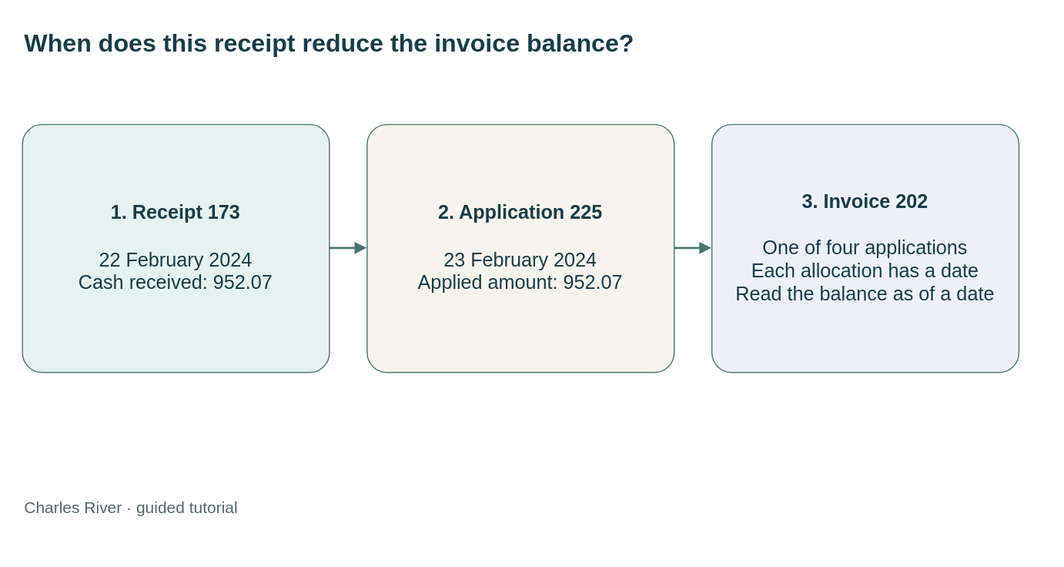
Before: static/diagrams/tutorials/follow-customer-settlement.svg, a diagram exported from draw.io (mmcodesso/CharlesRiver_Database). Source tidied: cells renumbered, new cells last; positions are measured from the earlier drawing's top-left corner, leaving out a move shared by most shapes.
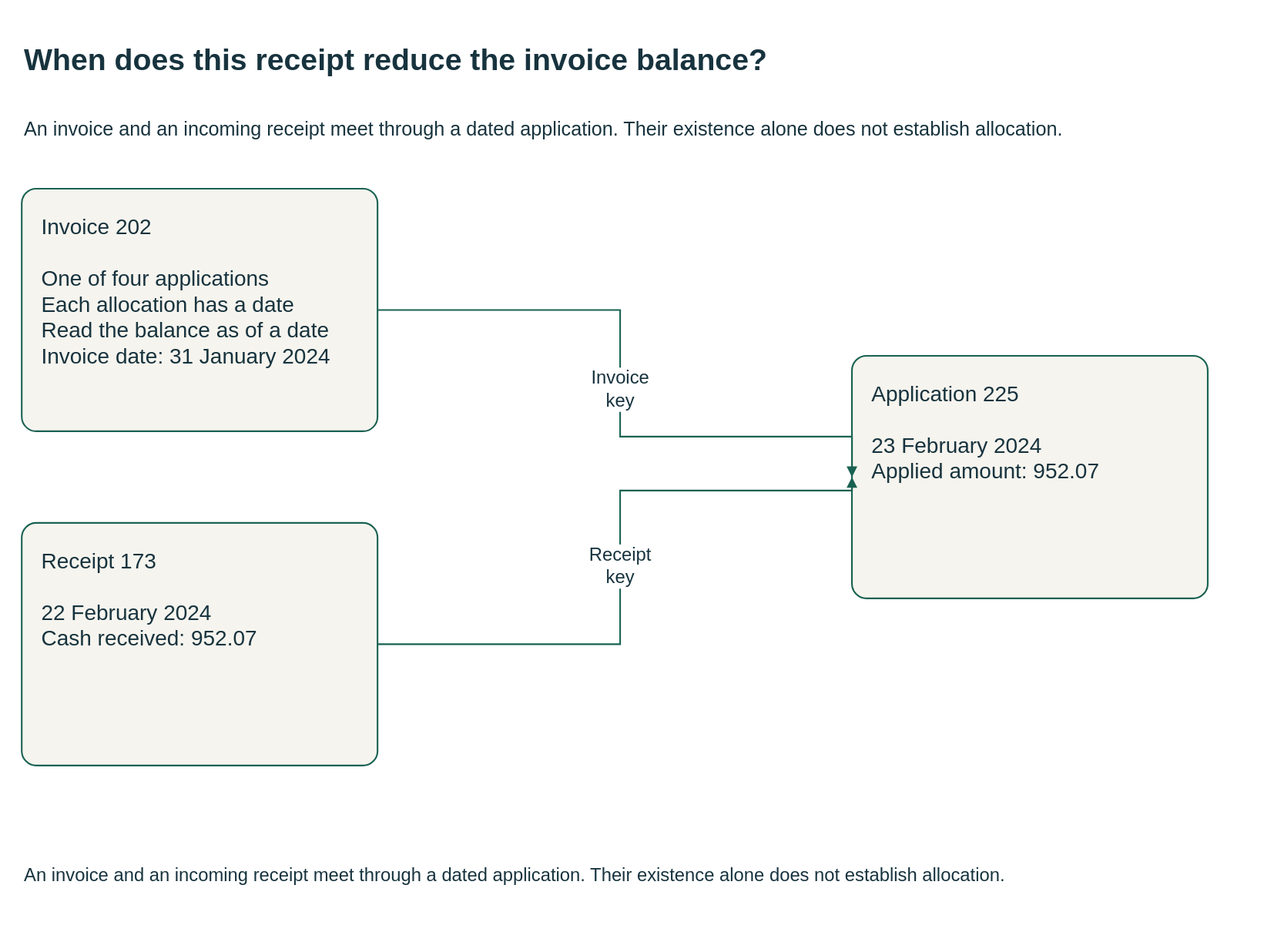
Later version of the same file.

Change to the diagram source:
```diff
@@ -1,27 +1,40 @@
-<mxGraphModel>
+<mxGraphModel background="#FFFFFF">
   <root>
     <mxCell id="0" />
     <mxCell id="1" parent="0" />
-    <mxCell id="2" value="When does this receipt reduce the invoice balance?" style="text;html=0;whiteSpace=wrap;fontSize=23;fontStyle=1;fontColor=#163d48;align=left;" parent="1" vertex="1">
-      <mxGeometry width="920" height="60" as="geometry" />
+    <mxCell id="2" value="When does this receipt reduce the invoice balance?" style="html=0;fontFamily=Arial;fontSize=20;fontColor=#17333e;strokeColor=#196252;strokeWidth=1.5;whiteSpace=wrap;text;strokeColor=none;fillColor=none;align=left;verticalAlign=middle;fontSize=28;fontStyle=1;" parent="1" vertex="1">
+      <mxGeometry width="1110" height="70" as="geometry" />
     </mxCell>
+    <mxCell id="9" value="An invoice and an incoming receipt meet through a dated application. Their existence alone does not establish allocation." style="html=0;fontFamily=Arial;fontSize=20;fontColor=#17333e;strokeColor=#196252;strokeWidth=1.5;whiteSpace=wrap;text;strokeColor=none;fillColor=none;align=left;verticalAlign=middle;fontSize=18;fontStyle=0;" parent="1" vertex="1">
+      <mxGeometry y="72" width="1110" height="55" as="geometry" />
+    </mxCell>
+    <mxCell id="5" value="Invoice 202&#10;&#10;One of four applications&#10;Each allocation has a date&#10;Read the balance as of a date&#10;Invoice date: 31 January 2024" style="html=0;fontFamily=Arial;fontSize=20;fontColor=#17333e;strokeColor=#196252;strokeWidth=1.5;whiteSpace=wrap;rounded=1;arcSize=6;fillColor=#f6f4ee;align=left;verticalAlign=top;spacing=18;" parent="1" vertex="1">
+      <mxGeometry y="155" width="330" height="225" as="geometry" />
+    </mxCell>
-    <mxCell id="3" value="&lt;b&gt;1. Receipt 173&lt;/b&gt;&lt;br&gt;&lt;br&gt;22 February 2024&lt;br&gt;Cash received: 952.07" style="rounded=1;whiteSpace=wrap;html=1;fillColor=#e5f2ef;strokeColor=#48766e;fontColor=#183c48;fontSize=18;spacing=15;arcSize=8;" parent="1" vertex="1">
-      <mxGeometry y="95" width="285" height="230" as="geometry" />
+    <mxCell id="3" value="Receipt 173&#10;&#10;22 February 2024&#10;Cash received: 952.07" style="html=0;fontFamily=Arial;fontSize=20;fontColor=#17333e;strokeColor=#196252;strokeWidth=1.5;whiteSpace=wrap;rounded=1;arcSize=6;fillColor=#f6f4ee;align=left;verticalAlign=top;spacing=18;" parent="1" vertex="1">
+      <mxGeometry y="465" width="330" height="225" as="geometry" />
     </mxCell>
-    <mxCell id="4" value="&lt;b&gt;2. Application 225&lt;/b&gt;&lt;br&gt;&lt;br&gt;23 February 2024&lt;br&gt;Applied amount: 952.07" style="rounded=1;whiteSpace=wrap;html=1;fillColor=#f7f4ed;strokeColor=#48766e;fontColor=#183c48;fontSize=18;spacing=15;arcSize=8;" parent="1" vertex="1">
-      <mxGeometry x="320" y="95" width="285" height="230" as="geometry" />
+    <mxCell id="4" value="Application 225&#10;&#10;23 February 2024&#10;Applied amount: 952.07" style="html=0;fontFamily=Arial;fontSize=20;fontColor=#17333e;strokeColor=#196252;strokeWidth=1.5;whiteSpace=wrap;rounded=1;arcSize=6;fillColor=#f6f4ee;align=left;verticalAlign=top;spacing=18;" parent="1" vertex="1">
+      <mxGeometry x="770" y="310" width="330" height="225" as="geometry" />
     </mxCell>
-    <mxCell id="5" value="&lt;b&gt;3. Invoice 202&lt;/b&gt;&lt;br&gt;&lt;br&gt;One of four applications&lt;br&gt;Each allocation has a date&lt;br&gt;Read the balance as of a date" style="rounded=1;whiteSpace=wrap;html=1;fillColor=#edf1f7;strokeColor=#48766e;fontColor=#183c48;fontSize=18;spacing=15;arcSize=8;" parent="1" vertex="1">
-      <mxGeometry x="640" y="95" width="285" height="230" as="geometry" />
-    </mxCell>
-    <mxCell id="6" style="edgeStyle=orthogonalEdgeStyle;rounded=0;html=0;strokeColor=#48766e;strokeWidth=2;endArrow=block;endFill=1;exitX=1;exitY=0.5;entryX=0;entryY=0.5;" parent="1" edge="1" source="3" target="4">
-      <mxGeometry relative="1" as="geometry" />
+    <mxCell id="6" value="Receipt key" style="html=0;fontFamily=Arial;fontSize=20;fontColor=#17333e;strokeColor=#196252;strokeWidth=1.5;whiteSpace=wrap;edgeStyle=orthogonalEdgeStyle;rounded=0;fillColor=none;fontSize=17;labelBackgroundColor=#FFFFFF;startArrow=none;endArrow=block;endFill=1;dashed=0;exitX=1;exitY=0.5;entryX=0;entryY=0.5;" parent="1" edge="1" source="3" target="4">
+      <mxGeometry relative="1" as="geometry">
+        <Array as="points">
+          <mxPoint x="555" y="577" />
+          <mxPoint x="555" y="435" />
+        </Array>
+      </mxGeometry>
     </mxCell>
-    <mxCell id="7" style="edgeStyle=orthogonalEdgeStyle;rounded=0;html=0;strokeColor=#48766e;strokeWidth=2;endArrow=block;endFill=1;exitX=1;exitY=0.5;entryX=0;entryY=0.5;" parent="1" edge="1" source="4" target="5">
-      <mxGeometry relative="1" as="geometry" />
-    </mxCell>
+    <mxCell id="10" value="Invoice key" style="html=0;fontFamily=Arial;fontSize=20;fontColor=#17333e;strokeColor=#196252;strokeWidth=1.5;whiteSpace=wrap;edgeStyle=orthogonalEdgeStyle;rounded=0;fillColor=none;fontSize=17;labelBackgroundColor=#FFFFFF;startArrow=none;endArrow=block;endFill=1;dashed=0;exitX=1;exitY=0.5;entryX=0;entryY=0.5;" parent="1" edge="1" source="5" target="4">
+      <mxGeometry relative="1" as="geometry">
+        <Array as="points">
+          <mxPoint x="555" y="267" />
+          <mxPoint x="555" y="385" />
+        </Array>
+      </mxGeometry>
+    </mxCell>
-    <mxCell id="8" value="Charles River · guided tutorial" style="text;html=0;fontColor=#526869;fontSize=15;align=left;" parent="1" vertex="1">
-      <mxGeometry y="435" width="920" height="30" as="geometry" />
+    <mxCell id="8" value="An invoice and an incoming receipt meet through a dated application. Their existence alone does not establish allocation." style="html=0;fontFamily=Arial;fontSize=20;fontColor=#17333e;strokeColor=#196252;strokeWidth=1.5;whiteSpace=wrap;text;strokeColor=none;fillColor=none;align=left;verticalAlign=middle;fontSize=17;fontStyle=0;" parent="1" vertex="1">
+      <mxGeometry y="762" width="1110" height="60" as="geometry" />
     </mxCell>
   </root>
 </mxGraphModel>
```
